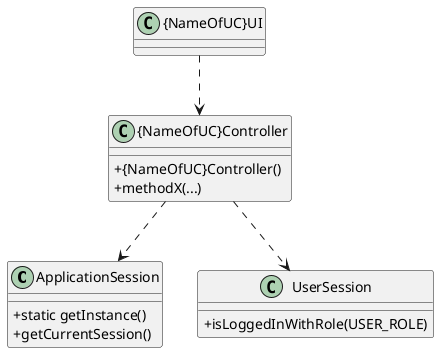
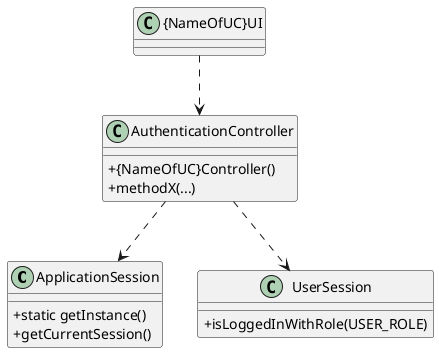
@startuml
skinparam classAttributeIconSize 0

class ApplicationSession
{
  +static getInstance()
  +getCurrentSession()
}

class UserSession
{
  +isLoggedInWithRole(USER_ROLE)
}

- class "{NameOfUC}Controller" {
+ class "AuthenticationController" {
    + {NameOfUC}Controller()
    + methodX(...)
}

class "{NameOfUC}UI" {
}

- "{NameOfUC}UI" ..> "{NameOfUC}Controller"
- "{NameOfUC}Controller" ..> ApplicationSession
- "{NameOfUC}Controller" ..> UserSession
+ "{NameOfUC}UI" ..> "AuthenticationController"
+ "AuthenticationController" ..> ApplicationSession
+ "AuthenticationController" ..> UserSession

@enduml